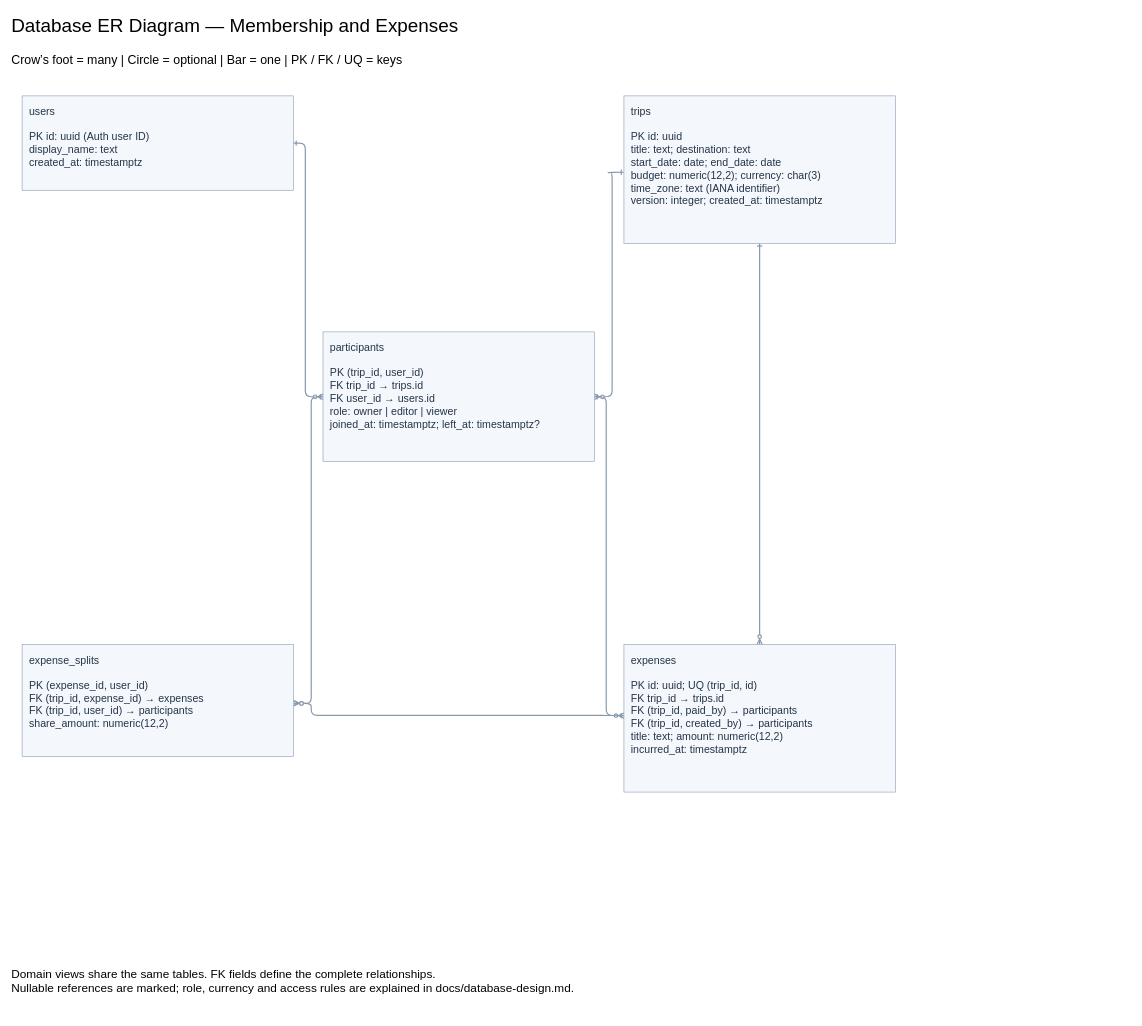
This is page "Membership and Expenses" (1 of 4) of diagrams/database-er.drawio from yer455yl/collaborative-trip-planning, a draw.io file, before an edit. Source tidied: cells renumbered, new cells numbered last; positions are measured from the earlier drawing's top-left corner, leaving out a move shared by most shapes. Both pictures are drawn from the tidied source at 59%, with x=0, y=0 at pixel (10, 10).
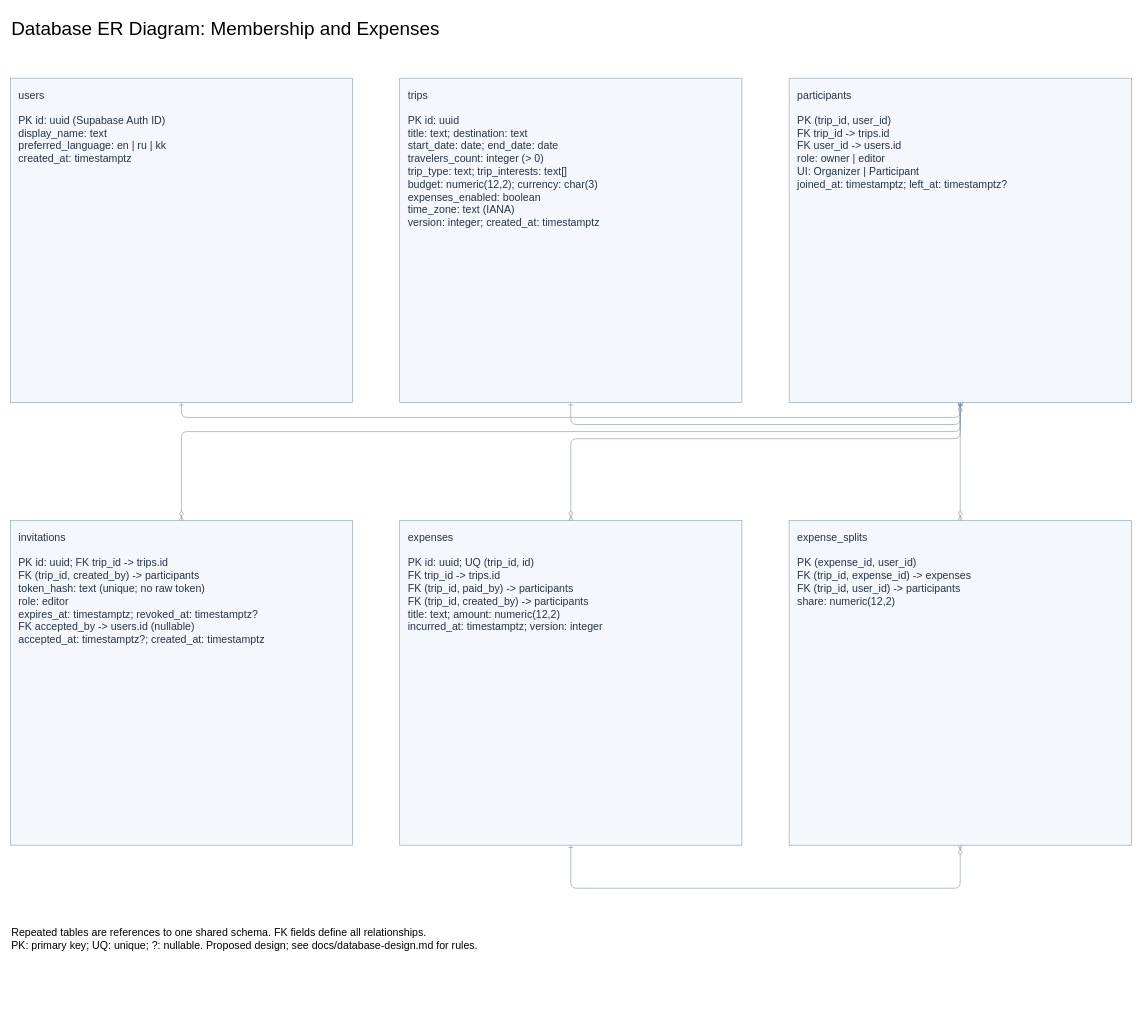
After the change.

Change to the diagram source:
```diff
@@
-    <mxCell id="2" value="Database ER Diagram — Membership and Expenses" style="text;html=0;fontSize=32;align=left;" parent="1" vertex="1">
-      <mxGeometry width="1540" height="60" as="geometry" />
+    <mxCell id="2" value="Database ER Diagram: Membership and Expenses" style="text;html=0;fontSize=32;align=left;" parent="1" vertex="1">
+      <mxGeometry y="5" width="1900" height="55" as="geometry" />
     </mxCell>
-    <mxCell id="3" value="Crow’s foot = many | Circle = optional | Bar = one | PK / FK / UQ = keys" style="text;html=0;fontSize=21;align=left;" parent="1" vertex="1">
-      <mxGeometry y="65" width="1540" height="45" as="geometry" />
-    </mxCell>
-    <mxCell id="4" style="edgeStyle=none;startArrow=ERone;endArrow=ERzeroToMany;strokeColor=#8898ad;strokeWidth=2;" parent="1" edge="1" source="10" target="12">
+    <mxCell id="4" style="edgeStyle=none;startArrow=ERone;endArrow=ERzeroToMany;strokeColor=#8294aa;exitX=0.5;exitY=1;entryX=0.5;entryY=1;" parent="1" edge="1" source="10" target="12">
       <mxGeometry relative="1" as="geometry">
         <Array as="points">
-          <mxPoint x="500" y="225" />
-          <mxPoint x="500" y="655" />
+          <mxPoint x="290" y="690" />
+          <mxPoint x="1610" y="690" />
         </Array>
       </mxGeometry>
     </mxCell>
-    <mxCell id="5" style="edgeStyle=none;startArrow=ERone;endArrow=ERzeroToMany;strokeColor=#8898ad;strokeWidth=2;" parent="1" edge="1" source="11" target="12">
+    <mxCell id="5" style="edgeStyle=none;startArrow=ERone;endArrow=ERzeroToMany;strokeColor=#8294aa;exitX=0.5;exitY=1;entryX=0.5;entryY=1;" parent="1" edge="1" source="11" target="12">
       <mxGeometry relative="1" as="geometry">
         <Array as="points">
-          <mxPoint x="1010" y="275" />
-          <mxPoint x="1020" y="275" />
-          <mxPoint x="1020" y="655" />
+          <mxPoint x="950" y="702" />
+          <mxPoint x="1610" y="702" />
         </Array>
       </mxGeometry>
     </mxCell>
-    <mxCell id="6" style="edgeStyle=none;startArrow=ERone;endArrow=ERzeroToMany;strokeColor=#8898ad;strokeWidth=2;" parent="1" edge="1" source="11" target="14">
-      <mxGeometry relative="1" as="geometry" />
-    </mxCell>
+    <mxCell id="16" style="edgeStyle=none;startArrow=ERone;endArrow=ERzeroToMany;strokeColor=#8294aa;exitX=0.5;exitY=1;entryX=0.5;entryY=0;" parent="1" edge="1" source="12" target="17">
+      <mxGeometry relative="1" as="geometry">
+        <Array as="points">
+          <mxPoint x="1610" y="714" />
+          <mxPoint x="290" y="714" />
+        </Array>
+      </mxGeometry>
+    </mxCell>
-    <mxCell id="7" style="edgeStyle=none;startArrow=ERone;endArrow=ERzeroToMany;strokeColor=#8898ad;strokeWidth=2;" parent="1" edge="1" source="12" target="14">
+    <mxCell id="7" style="edgeStyle=none;startArrow=ERone;endArrow=ERzeroToMany;strokeColor=#8294aa;exitX=0.5;exitY=1;entryX=0.5;entryY=0;" parent="1" edge="1" source="12" target="14">
       <mxGeometry relative="1" as="geometry">
         <Array as="points">
-          <mxPoint x="1010" y="655" />
-          <mxPoint x="1010" y="1195" />
+          <mxPoint x="1610" y="726" />
+          <mxPoint x="950" y="726" />
         </Array>
       </mxGeometry>
     </mxCell>
-    <mxCell id="8" style="edgeStyle=none;startArrow=ERone;endArrow=ERzeroToMany;strokeColor=#8898ad;strokeWidth=2;" parent="1" edge="1" source="14" target="13">
+    <mxCell id="8" style="edgeStyle=none;startArrow=ERone;endArrow=ERzeroToMany;strokeColor=#8294aa;exitX=0.5;exitY=1;entryX=0.5;entryY=1;" parent="1" edge="1" source="14" target="13">
       <mxGeometry relative="1" as="geometry">
         <Array as="points">
-          <mxPoint x="1010" y="1195" />
-          <mxPoint x="510" y="1195" />
-          <mxPoint x="510" y="1175" />
+          <mxPoint x="950" y="1488" />
+          <mxPoint x="1610" y="1488" />
         </Array>
       </mxGeometry>
     </mxCell>
-    <mxCell id="9" style="edgeStyle=none;startArrow=ERone;endArrow=ERzeroToMany;strokeColor=#8898ad;strokeWidth=2;" parent="1" edge="1" source="12" target="13">
+    <mxCell id="9" style="edgeStyle=none;startArrow=ERone;endArrow=ERzeroToMany;strokeColor=#8294aa;exitX=0.5;exitY=1;entryX=0.5;entryY=0;" parent="1" edge="1" source="12" target="13">
       <mxGeometry relative="1" as="geometry">
         <Array as="points">
-          <mxPoint x="510" y="655" />
-          <mxPoint x="510" y="1175" />
+          <mxPoint x="1610" y="750" />
+          <mxPoint x="1610" y="750" />
         </Array>
       </mxGeometry>
     </mxCell>
-    <mxCell id="10" value="users&#10;&#10;PK id: uuid (Auth user ID)&#10;display_name: text&#10;created_at: timestamptz" style="rounded=0;whiteSpace=wrap;html=0;fillColor=#f4f7fb;strokeColor=#879bb5;fontColor=#243449;fontSize=18;align=left;verticalAlign=top;spacing=12;" parent="1" vertex="1">
-      <mxGeometry x="20" y="145" width="460" height="160" as="geometry" />
+    <mxCell id="10" value="users&#10;&#10;PK id: uuid (Supabase Auth ID)&#10;display_name: text&#10;preferred_language: en | ru | kk&#10;created_at: timestamptz" style="rounded=0;whiteSpace=wrap;html=0;fillColor=#f4f7fb;strokeColor=#879bb5;fontColor=#243449;fontSize=18;align=left;verticalAlign=top;spacing=14;" parent="1" vertex="1">
+      <mxGeometry y="115" width="580" height="550" as="geometry" />
     </mxCell>
-    <mxCell id="11" value="trips&#10;&#10;PK id: uuid&#10;title: text; destination: text&#10;start_date: date; end_date: date&#10;budget: numeric(12,2); currency: char(3)&#10;time_zone: text (IANA identifier)&#10;version: integer; created_at: timestamptz" style="rounded=0;whiteSpace=wrap;html=0;fillColor=#f4f7fb;strokeColor=#879bb5;fontColor=#243449;fontSize=18;align=left;verticalAlign=top;spacing=12;" parent="1" vertex="1">
-      <mxGeometry x="1040" y="145" width="460" height="250" as="geometry" />
+    <mxCell id="11" value="trips&#10;&#10;PK id: uuid&#10;title: text; destination: text&#10;start_date: date; end_date: date&#10;travelers_count: integer (&gt; 0)&#10;trip_type: text; trip_interests: text[]&#10;budget: numeric(12,2); currency: char(3)&#10;expenses_enabled: boolean&#10;time_zone: text (IANA)&#10;version: integer; created_at: timestamptz" style="rounded=0;whiteSpace=wrap;html=0;fillColor=#f4f7fb;strokeColor=#879bb5;fontColor=#243449;fontSize=18;align=left;verticalAlign=top;spacing=14;" parent="1" vertex="1">
+      <mxGeometry x="660" y="115" width="580" height="550" as="geometry" />
     </mxCell>
-    <mxCell id="12" value="participants&#10;&#10;PK (trip_id, user_id)&#10;FK trip_id → trips.id&#10;FK user_id → users.id&#10;role: owner | editor | viewer&#10;joined_at: timestamptz; left_at: timestamptz?" style="rounded=0;whiteSpace=wrap;html=0;fillColor=#f4f7fb;strokeColor=#879bb5;fontColor=#243449;fontSize=18;align=left;verticalAlign=top;spacing=12;" parent="1" vertex="1">
-      <mxGeometry x="530" y="545" width="460" height="220" as="geometry" />
+    <mxCell id="12" value="participants&#10;&#10;PK (trip_id, user_id)&#10;FK trip_id -&gt; trips.id&#10;FK user_id -&gt; users.id&#10;role: owner | editor&#10;UI: Organizer | Participant&#10;joined_at: timestamptz; left_at: timestamptz?" style="rounded=0;whiteSpace=wrap;html=0;fillColor=#f4f7fb;strokeColor=#879bb5;fontColor=#243449;fontSize=18;align=left;verticalAlign=top;spacing=14;" parent="1" vertex="1">
+      <mxGeometry x="1320" y="115" width="580" height="550" as="geometry" />
     </mxCell>
+    <mxCell id="17" value="invitations&#10;&#10;PK id: uuid; FK trip_id -&gt; trips.id&#10;FK (trip_id, created_by) -&gt; participants&#10;token_hash: text (unique; no raw token)&#10;role: editor&#10;expires_at: timestamptz; revoked_at: timestamptz?&#10;FK accepted_by -&gt; users.id (nullable)&#10;accepted_at: timestamptz?; created_at: timestamptz" style="rounded=0;whiteSpace=wrap;html=0;fillColor=#f4f7fb;strokeColor=#879bb5;fontColor=#243449;fontSize=18;align=left;verticalAlign=top;spacing=14;" parent="1" vertex="1">
+      <mxGeometry y="865" width="580" height="550" as="geometry" />
+    </mxCell>
+    <mxCell id="14" value="expenses&#10;&#10;PK id: uuid; UQ (trip_id, id)&#10;FK trip_id -&gt; trips.id&#10;FK (trip_id, paid_by) -&gt; participants&#10;FK (trip_id, created_by) -&gt; participants&#10;title: text; amount: numeric(12,2)&#10;incurred_at: timestamptz; version: integer" style="rounded=0;whiteSpace=wrap;html=0;fillColor=#f4f7fb;strokeColor=#879bb5;fontColor=#243449;fontSize=18;align=left;verticalAlign=top;spacing=14;" parent="1" vertex="1">
+      <mxGeometry x="660" y="865" width="580" height="550" as="geometry" />
+    </mxCell>
-    <mxCell id="13" value="expense_splits&#10;&#10;PK (expense_id, user_id)&#10;FK (trip_id, expense_id) → expenses&#10;FK (trip_id, user_id) → participants&#10;share_amount: numeric(12,2)" style="rounded=0;whiteSpace=wrap;html=0;fillColor=#f4f7fb;strokeColor=#879bb5;fontColor=#243449;fontSize=18;align=left;verticalAlign=top;spacing=12;" parent="1" vertex="1">
-      <mxGeometry x="20" y="1075" width="460" height="190" as="geometry" />
+    <mxCell id="13" value="expense_splits&#10;&#10;PK (expense_id, user_id)&#10;FK (trip_id, expense_id) -&gt; expenses&#10;FK (trip_id, user_id) -&gt; participants&#10;share: numeric(12,2)" style="rounded=0;whiteSpace=wrap;html=0;fillColor=#f4f7fb;strokeColor=#879bb5;fontColor=#243449;fontSize=18;align=left;verticalAlign=top;spacing=14;" parent="1" vertex="1">
+      <mxGeometry x="1320" y="865" width="580" height="550" as="geometry" />
     </mxCell>
-    <mxCell id="14" value="expenses&#10;&#10;PK id: uuid; UQ (trip_id, id)&#10;FK trip_id → trips.id&#10;FK (trip_id, paid_by) → participants&#10;FK (trip_id, created_by) → participants&#10;title: text; amount: numeric(12,2)&#10;incurred_at: timestamptz" style="rounded=0;whiteSpace=wrap;html=0;fillColor=#f4f7fb;strokeColor=#879bb5;fontColor=#243449;fontSize=18;align=left;verticalAlign=top;spacing=12;" parent="1" vertex="1">
-      <mxGeometry x="1040" y="1075" width="460" height="250" as="geometry" />
-    </mxCell>
-    <mxCell id="15" value="Domain views share the same tables. FK fields define the complete relationships.&#10;Nullable references are marked; role, currency and access rules are explained in docs/database-design.md." style="text;html=0;whiteSpace=wrap;fontSize=20;align=left;" parent="1" vertex="1">
-      <mxGeometry y="1615" width="1540" height="90" as="geometry" />
+    <mxCell id="15" value="Repeated tables are references to one shared schema. FK fields define all relationships.&#10;PK: primary key; UQ: unique; ?: nullable. Proposed design; see docs/database-design.md for rules." style="text;html=0;fontSize=18;align=left;" parent="1" vertex="1">
+      <mxGeometry y="1545" width="1880" height="100" as="geometry" />
     </mxCell>
```
